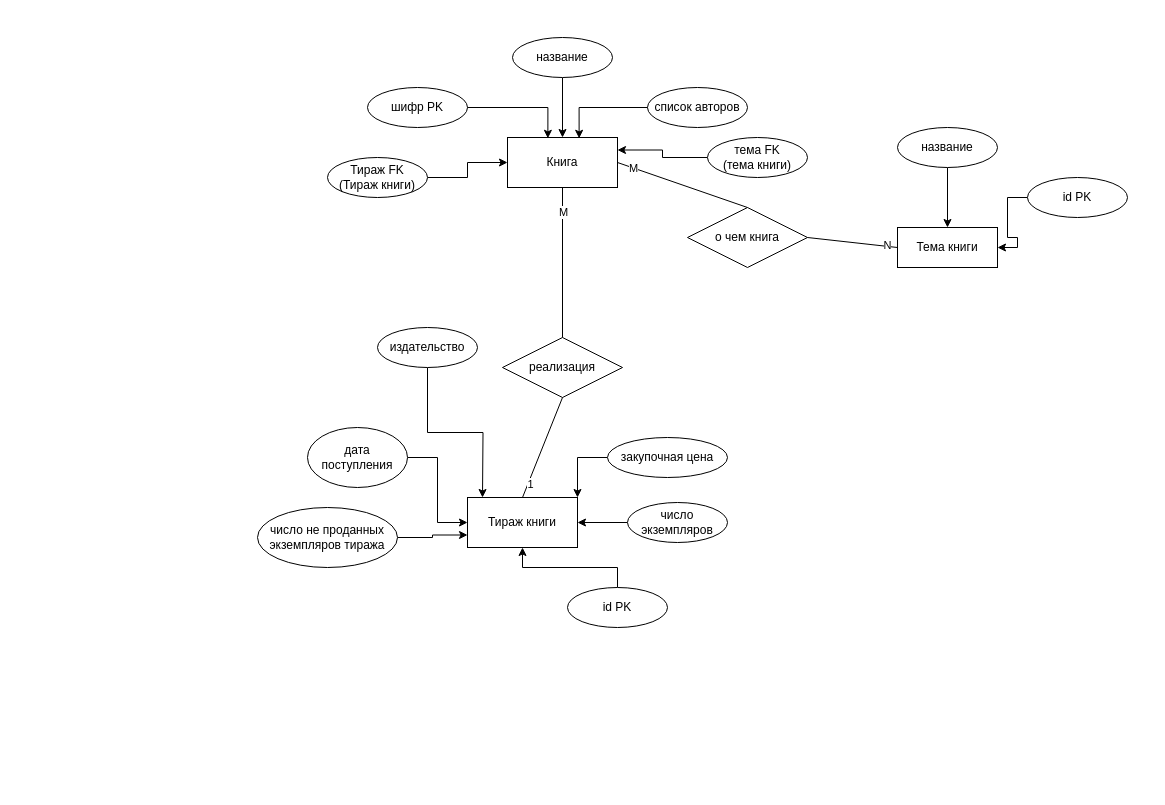
202rna/sql_labs2025 keeps this draw.io diagram as sources/er_diagram.drawio. Above is the earlier version. Source tidied: cells renumbered, new cells numbered last; positions are measured from the earlier drawing's top-left corner, leaving out a move shared by most shapes. Both pictures are drawn from the tidied source at 100%, with x=0, y=0 at pixel (257, 37).
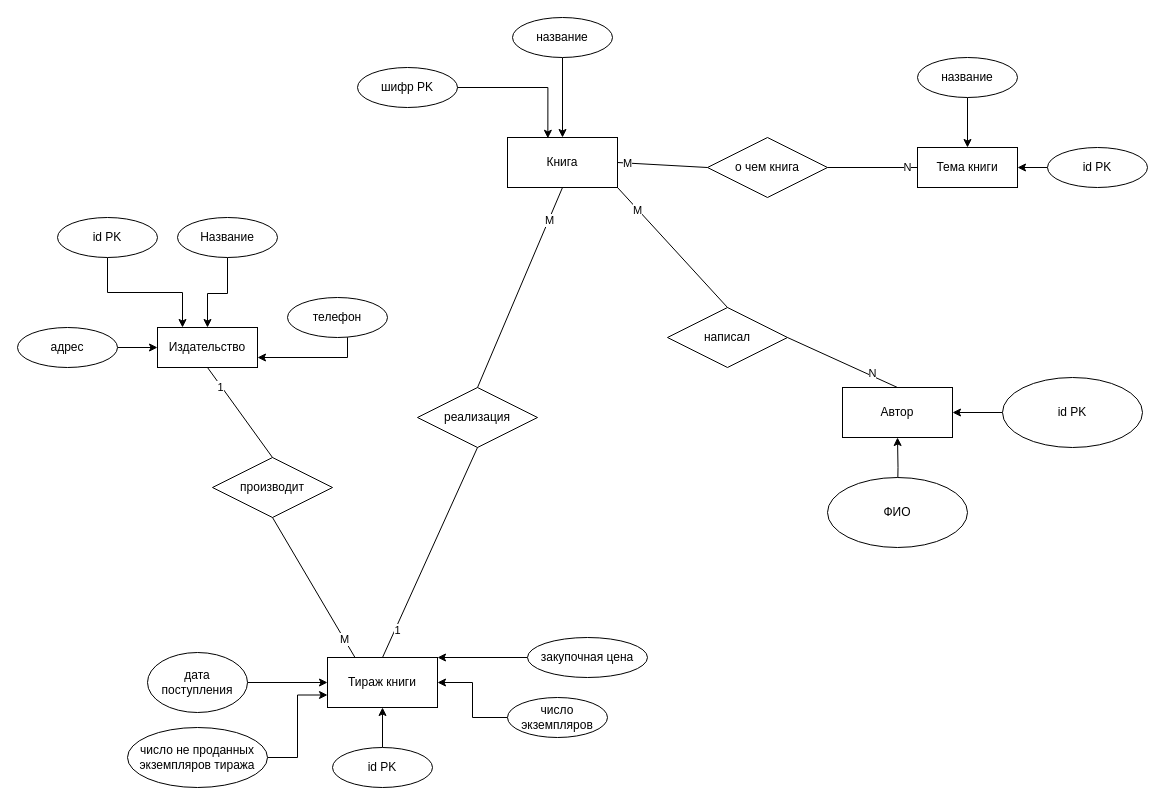
The same page after the edit.

The change refers to these unchanged cells:
```xml
<mxCell id="2" value="Книга" style="html=1;whiteSpace=wrap;" parent="1" vertex="1">
  <mxGeometry x="250" y="100" width="110" height="50" as="geometry" />
</mxCell>
```

The edit, as a diff of the source:
```diff
@@
     <mxCell id="3" value="шифр PK" style="ellipse;whiteSpace=wrap;html=1;" parent="1" vertex="1">
-      <mxGeometry x="110" y="50" width="100" height="40" as="geometry" />
+      <mxGeometry x="100" y="30" width="100" height="40" as="geometry" />
     </mxCell>
-    <mxCell id="4" value="список авторов" style="ellipse;whiteSpace=wrap;html=1;" parent="1" vertex="1">
-      <mxGeometry x="390" y="50" width="100" height="40" as="geometry" />
-    </mxCell>
@@
     <mxCell id="6" value="название" style="ellipse;whiteSpace=wrap;html=1;" parent="1" vertex="1">
-      <mxGeometry x="255" width="100" height="40" as="geometry" />
+      <mxGeometry x="255" y="-20" width="100" height="40" as="geometry" />
     </mxCell>
-    <mxCell id="7" style="edgeStyle=orthogonalEdgeStyle;rounded=0;jettySize=auto;html=1;entryX=0.651;entryY=0.016;entryDx=0;entryDy=0;entryPerimeter=0;" parent="1" edge="1" source="4" target="2">
-      <mxGeometry relative="1" as="geometry" />
-    </mxCell>
     <mxCell id="8" style="edgeStyle=orthogonalEdgeStyle;rounded=0;jettySize=auto;html=1;entryX=0.367;entryY=0.016;entryDx=0;entryDy=0;entryPerimeter=0;" parent="1" edge="1" source="3" target="2">
-      <mxGeometry relative="1" as="geometry" />
+      <mxGeometry relative="1" as="geometry">
+        <Array as="points">
+          <mxPoint x="290" y="50" />
+        </Array>
+      </mxGeometry>
     </mxCell>
     <mxCell id="9" value="Тираж книги" style="html=1;whiteSpace=wrap;" parent="1" vertex="1">
-      <mxGeometry x="210" y="460" width="110" height="50" as="geometry" />
+      <mxGeometry x="70" y="620" width="110" height="50" as="geometry" />
     </mxCell>
@@
     <mxCell id="11" value="дата поступления" style="ellipse;whiteSpace=wrap;html=1;" parent="1" vertex="1">
-      <mxGeometry x="50" y="390" width="100" height="60" as="geometry" />
+      <mxGeometry x="-110" y="615" width="100" height="60" as="geometry" />
     </mxCell>
-    <mxCell id="12" style="edgeStyle=orthogonalEdgeStyle;rounded=0;jettySize=auto;html=1;entryX=0.5;entryY=0;entryDx=0;entryDy=0;exitX=0.5;exitY=1;exitDx=0;exitDy=0;" parent="1" edge="1" source="13">
-      <mxGeometry relative="1" as="geometry">
-        <mxPoint x="225" y="460" as="targetPoint" />
-      </mxGeometry>
-    </mxCell>
-    <mxCell id="13" value="издательство" style="ellipse;whiteSpace=wrap;html=1;" parent="1" vertex="1">
-      <mxGeometry x="120" y="290" width="100" height="40" as="geometry" />
-    </mxCell>
     <mxCell id="14" style="edgeStyle=orthogonalEdgeStyle;rounded=0;jettySize=auto;html=1;entryX=1;entryY=0;entryDx=0;entryDy=0;" parent="1" edge="1" source="15" target="9">
-      <mxGeometry relative="1" as="geometry" />
+      <mxGeometry relative="1" as="geometry">
+        <Array as="points">
+          <mxPoint x="295" y="620" />
+        </Array>
+      </mxGeometry>
     </mxCell>
     <mxCell id="15" value="закупочная цена" style="ellipse;whiteSpace=wrap;html=1;" parent="1" vertex="1">
-      <mxGeometry x="350" y="400" width="120" height="40" as="geometry" />
+      <mxGeometry x="270" y="600" width="120" height="40" as="geometry" />
     </mxCell>
@@
     <mxCell id="17" value="число экземпляров" style="ellipse;whiteSpace=wrap;html=1;" parent="1" vertex="1">
-      <mxGeometry x="370" y="465" width="100" height="40" as="geometry" />
+      <mxGeometry x="250" y="660" width="100" height="40" as="geometry" />
     </mxCell>
@@
     <mxCell id="19" value="число не проданных экземпляров тиража" style="ellipse;whiteSpace=wrap;html=1;" parent="1" vertex="1">
-      <mxGeometry y="470" width="140" height="60" as="geometry" />
+      <mxGeometry x="-130" y="690" width="140" height="60" as="geometry" />
     </mxCell>
     <mxCell id="20" value="реализация" style="shape=rhombus;perimeter=rhombusPerimeter;whiteSpace=wrap;html=1;align=center;" parent="1" vertex="1">
-      <mxGeometry x="245" y="300" width="120" height="60" as="geometry" />
+      <mxGeometry x="160" y="350" width="120" height="60" as="geometry" />
     </mxCell>
@@
     <mxCell id="25" value="Тема книги" style="whiteSpace=wrap;html=1;align=center;" parent="1" vertex="1">
-      <mxGeometry x="640" y="190" width="100" height="40" as="geometry" />
+      <mxGeometry x="660" y="110" width="100" height="40" as="geometry" />
     </mxCell>
     <mxCell id="26" value="о чем книга" style="shape=rhombus;perimeter=rhombusPerimeter;whiteSpace=wrap;html=1;align=center;" parent="1" vertex="1">
-      <mxGeometry x="430" y="170" width="120" height="60" as="geometry" />
+      <mxGeometry x="450" y="100" width="120" height="60" as="geometry" />
     </mxCell>
-    <mxCell id="27" style="endArrow=none;html=1;rounded=0;exitX=1;exitY=0.5;exitDx=0;exitDy=0;entryX=0.5;entryY=0;entryDx=0;entryDy=0;" parent="1" edge="1" source="2" target="26">
+    <mxCell id="27" style="endArrow=none;html=1;rounded=0;exitX=1;exitY=0.5;exitDx=0;exitDy=0;entryX=0;entryY=0.5;entryDx=0;entryDy=0;" parent="1" edge="1" source="2" target="26">
       <mxGeometry relative="1" as="geometry" />
     </mxCell>
@@
     <mxCell id="32" value="название" style="ellipse;whiteSpace=wrap;html=1;align=center;" parent="1" vertex="1">
-      <mxGeometry x="640" y="90" width="100" height="40" as="geometry" />
+      <mxGeometry x="660" y="20" width="100" height="40" as="geometry" />
     </mxCell>
@@
     <mxCell id="34" value="id PK" style="ellipse;whiteSpace=wrap;html=1;align=center;" parent="1" vertex="1">
-      <mxGeometry x="770" y="140" width="100" height="40" as="geometry" />
+      <mxGeometry x="790" y="110" width="100" height="40" as="geometry" />
     </mxCell>
@@
     <mxCell id="36" value="id PK" style="ellipse;whiteSpace=wrap;html=1;align=center;" parent="1" vertex="1">
-      <mxGeometry x="310" y="550" width="100" height="40" as="geometry" />
+      <mxGeometry x="75" y="710" width="100" height="40" as="geometry" />
     </mxCell>
-    <mxCell id="37" style="edgeStyle=orthogonalEdgeStyle;rounded=0;jettySize=auto;html=1;" parent="1" edge="1" source="38" target="2">
-      <mxGeometry relative="1" as="geometry" />
-    </mxCell>
-    <mxCell id="38" value="Тираж FK&lt;div&gt;(Тираж книги)&lt;/div&gt;" style="ellipse;whiteSpace=wrap;html=1;align=center;" parent="1" vertex="1">
-      <mxGeometry x="70" y="120" width="100" height="40" as="geometry" />
-    </mxCell>
-    <mxCell id="39" style="edgeStyle=orthogonalEdgeStyle;rounded=0;jettySize=auto;html=1;entryX=1;entryY=0.25;entryDx=0;entryDy=0;" parent="1" edge="1" source="40" target="2">
-      <mxGeometry relative="1" as="geometry" />
-    </mxCell>
-    <mxCell id="40" value="тема FK&lt;div&gt;(тема книги)&lt;/div&gt;" style="ellipse;whiteSpace=wrap;html=1;" parent="1" vertex="1">
-      <mxGeometry x="450" y="100" width="100" height="40" as="geometry" />
-    </mxCell>
+    <mxCell id="41" value="Автор" style="html=1;whiteSpace=wrap;" parent="1" vertex="1">
+      <mxGeometry x="585" y="350" width="110" height="50" as="geometry" />
+    </mxCell>
+    <mxCell id="42" style="edgeStyle=orthogonalEdgeStyle;rounded=0;jettySize=auto;html=1;entryX=0.5;entryY=1;entryDx=0;entryDy=0;" parent="1" edge="1" target="41">
+      <mxGeometry relative="1" as="geometry">
+        <mxPoint x="640" y="460" as="sourcePoint" />
+      </mxGeometry>
+    </mxCell>
+    <mxCell id="43" value="ФИО" style="ellipse;whiteSpace=wrap;html=1;" parent="1" vertex="1">
+      <mxGeometry x="570" y="440" width="140" height="70" as="geometry" />
+    </mxCell>
+    <mxCell id="44" style="edgeStyle=orthogonalEdgeStyle;rounded=0;jettySize=auto;html=1;entryX=1;entryY=0.5;entryDx=0;entryDy=0;" parent="1" edge="1" source="45" target="41">
+      <mxGeometry relative="1" as="geometry" />
+    </mxCell>
+    <mxCell id="45" value="id PK" style="ellipse;whiteSpace=wrap;html=1;" parent="1" vertex="1">
+      <mxGeometry x="745" y="340" width="140" height="70" as="geometry" />
+    </mxCell>
+    <mxCell id="46" value="написал" style="shape=rhombus;perimeter=rhombusPerimeter;whiteSpace=wrap;html=1;align=center;" parent="1" vertex="1">
+      <mxGeometry x="410" y="270" width="120" height="60" as="geometry" />
+    </mxCell>
+    <mxCell id="47" style="endArrow=none;html=1;rounded=0;exitX=1;exitY=1;exitDx=0;exitDy=0;entryX=0.5;entryY=0;entryDx=0;entryDy=0;" parent="1" edge="1" source="2" target="46">
+      <mxGeometry relative="1" as="geometry" />
+    </mxCell>
+    <mxCell id="48" value="M" style="edgeLabel;html=1;align=center;verticalAlign=middle;" parent="47" vertex="1">
+      <mxGeometry x="-0.64" y="-1" relative="1" as="geometry">
+        <mxPoint x="1" as="offset" />
+      </mxGeometry>
+    </mxCell>
+    <mxCell id="49" style="endArrow=none;html=1;rounded=0;exitX=1;exitY=0.5;exitDx=0;exitDy=0;entryX=0.5;entryY=0;entryDx=0;entryDy=0;" parent="1" edge="1" source="46" target="41">
+      <mxGeometry relative="1" as="geometry" />
+    </mxCell>
+    <mxCell id="50" value="N" style="edgeLabel;html=1;align=center;verticalAlign=middle;" parent="49" vertex="1">
+      <mxGeometry x="0.52" y="3" relative="1" as="geometry" />
+    </mxCell>
+    <mxCell id="51" value="Издательство" style="whiteSpace=wrap;html=1;align=center;" parent="1" vertex="1">
+      <mxGeometry x="-100" y="290" width="100" height="40" as="geometry" />
+    </mxCell>
+    <mxCell id="52" style="edgeStyle=orthogonalEdgeStyle;rounded=0;jettySize=auto;html=1;entryX=0.25;entryY=0;entryDx=0;entryDy=0;" parent="1" edge="1" source="53" target="51">
+      <mxGeometry relative="1" as="geometry" />
+    </mxCell>
+    <mxCell id="53" value="id PK" style="ellipse;whiteSpace=wrap;html=1;align=center;" parent="1" vertex="1">
+      <mxGeometry x="-200" y="180" width="100" height="40" as="geometry" />
+    </mxCell>
+    <mxCell id="54" style="edgeStyle=orthogonalEdgeStyle;rounded=0;jettySize=auto;html=1;" parent="1" edge="1" source="55" target="51">
+      <mxGeometry relative="1" as="geometry">
+        <Array as="points">
+          <mxPoint x="-30" y="256" />
+          <mxPoint x="-50" y="256" />
+        </Array>
+      </mxGeometry>
+    </mxCell>
+    <mxCell id="55" value="Название" style="ellipse;whiteSpace=wrap;html=1;align=center;" parent="1" vertex="1">
+      <mxGeometry x="-80" y="180" width="100" height="40" as="geometry" />
+    </mxCell>
+    <mxCell id="56" style="edgeStyle=orthogonalEdgeStyle;rounded=0;jettySize=auto;html=1;" parent="1" edge="1" source="57" target="51">
+      <mxGeometry relative="1" as="geometry" />
+    </mxCell>
+    <mxCell id="57" value="адрес" style="ellipse;whiteSpace=wrap;html=1;align=center;" parent="1" vertex="1">
+      <mxGeometry x="-240" y="290" width="100" height="40" as="geometry" />
+    </mxCell>
+    <mxCell id="58" value="производит" style="shape=rhombus;perimeter=rhombusPerimeter;whiteSpace=wrap;html=1;align=center;" parent="1" vertex="1">
+      <mxGeometry x="-45" y="420" width="120" height="60" as="geometry" />
+    </mxCell>
+    <mxCell id="59" style="endArrow=none;html=1;rounded=0;exitX=0.5;exitY=1;exitDx=0;exitDy=0;entryX=0.5;entryY=0;entryDx=0;entryDy=0;" parent="1" edge="1" source="51" target="58">
+      <mxGeometry relative="1" as="geometry" />
+    </mxCell>
+    <mxCell id="60" value="1" style="edgeLabel;html=1;align=center;verticalAlign=middle;" parent="59" vertex="1">
+      <mxGeometry x="-0.58" y="-1" relative="1" as="geometry" />
+    </mxCell>
+    <mxCell id="61" style="endArrow=none;html=1;rounded=0;exitX=0.5;exitY=1;exitDx=0;exitDy=0;entryX=0.25;entryY=0;entryDx=0;entryDy=0;" parent="1" edge="1" source="58" target="9">
+      <mxGeometry relative="1" as="geometry" />
+    </mxCell>
+    <mxCell id="62" value="M" style="edgeLabel;html=1;align=center;verticalAlign=middle;" parent="61" vertex="1">
+      <mxGeometry x="0.74" relative="1" as="geometry" />
+    </mxCell>
+    <mxCell id="63" style="edgeStyle=orthogonalEdgeStyle;rounded=0;jettySize=auto;html=1;entryX=1;entryY=0.75;entryDx=0;entryDy=0;" parent="1" edge="1" source="64" target="51">
+      <mxGeometry relative="1" as="geometry">
+        <Array as="points">
+          <mxPoint x="90" y="320" />
+        </Array>
+      </mxGeometry>
+    </mxCell>
+    <mxCell id="64" value="телефон" style="ellipse;whiteSpace=wrap;html=1;align=center;" parent="1" vertex="1">
+      <mxGeometry x="30" y="260" width="100" height="40" as="geometry" />
+    </mxCell>
```
